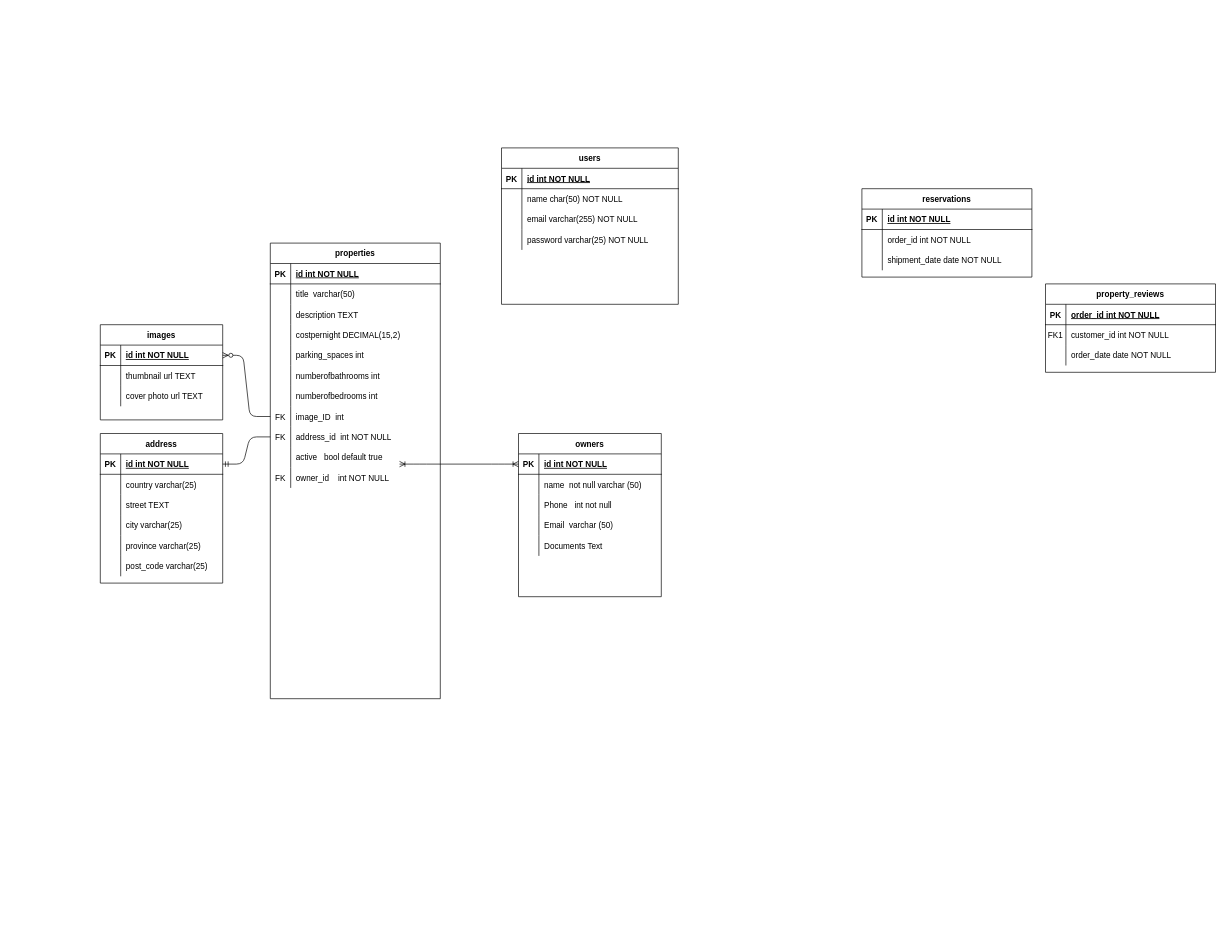
Before: Untitled Diagram.drawio in karanOO89/BootcampX, a draw.io diagram. Source tidied: cells renumbered, new cells numbered last; positions are measured from the earlier drawing's top-left corner, leaving out a move shared by most shapes. Both pictures are drawn from the tidied source at 68%, with x=0, y=0 at pixel (100, 148).
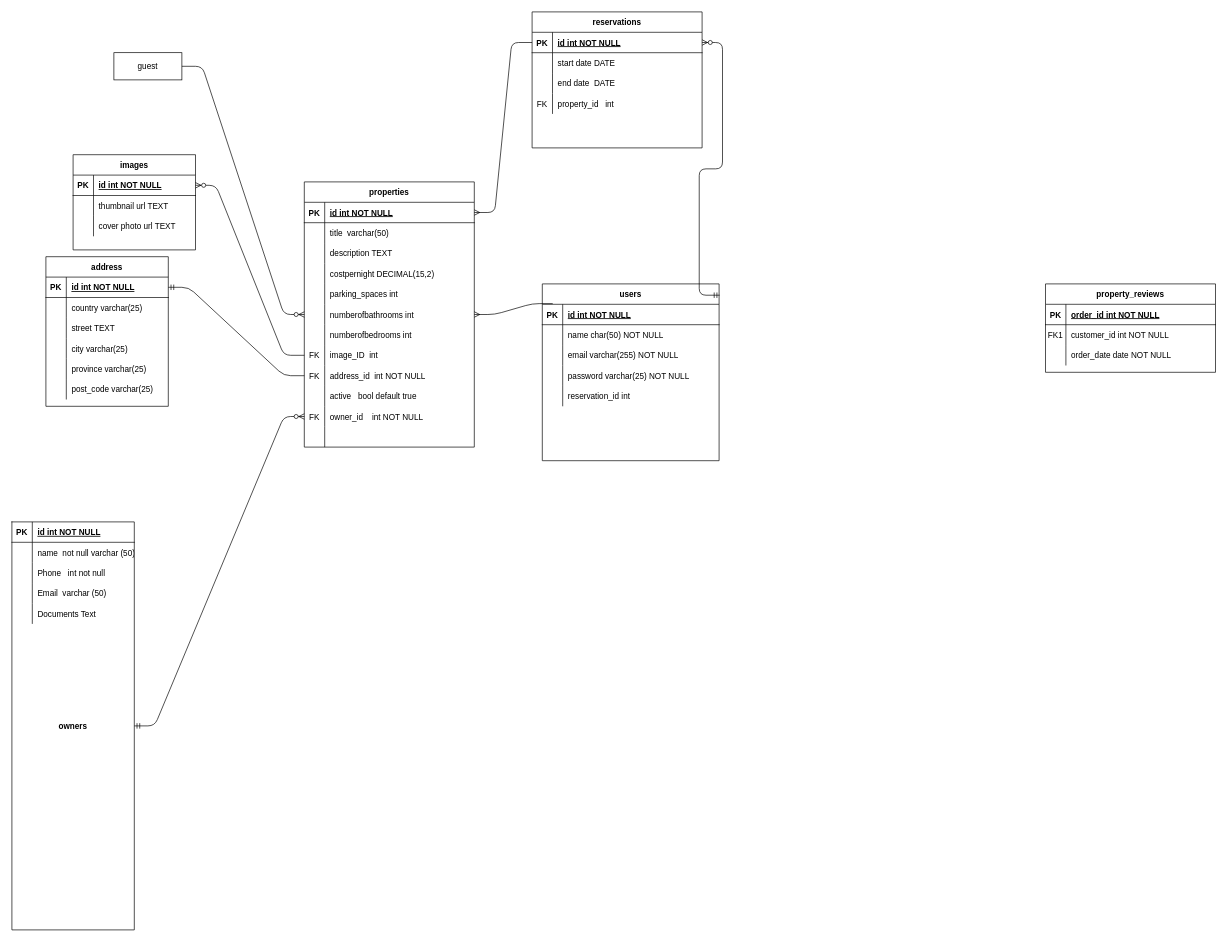
The same page after the edit.

The change refers to these unchanged cells:
```xml
<mxCell id="3" style="shape=partialRectangle;fillColor=none;points=[[0,0.5],[1,0.5]];portConstraint=eastwest;top=0;left=0;right=0;bottom=1;" parent="2" vertex="1">
  <mxGeometry y="30" width="250" height="30" as="geometry" />
</mxCell>
<mxCell id="33" style="shape=partialRectangle;fillColor=none;points=[[0,0.5],[1,0.5]];portConstraint=eastwest;top=0;left=0;right=0;bottom=0;" parent="2" vertex="1">
  <mxGeometry y="330" width="250" height="30" as="geometry" />
</mxCell>
<mxCell id="37" style="shape=partialRectangle;fillColor=none;points=[[0,0.5],[1,0.5]];portConstraint=eastwest;top=0;left=0;right=0;bottom=1;" parent="36" vertex="1">
  <mxGeometry y="30" width="250" height="30" as="geometry" />
</mxCell>
<mxCell id="40" style="shape=partialRectangle;fillColor=none;top=0;left=0;right=0;bottom=0;" parent="36" vertex="1">
  <mxGeometry y="60" width="250" height="30" as="geometry" />
</mxCell>
<mxCell id="43" style="shape=partialRectangle;fillColor=none;top=0;left=0;right=0;bottom=0;" parent="36" vertex="1">
  <mxGeometry y="90" width="250" height="30" as="geometry" />
</mxCell>
<mxCell id="47" style="shape=partialRectangle;fillColor=none;points=[[0,0.5],[1,0.5]];portConstraint=eastwest;top=0;left=0;right=0;bottom=1;" parent="46" vertex="1">
  <mxGeometry y="30" width="260" height="30" as="geometry" />
</mxCell>
```

The edit, as a diff of the source:
```diff
@@
     <mxCell id="2" value="properties" style="shape=table;startSize=30;childLayout=tableLayout;rowLines=0;fontStyle=1;align=center;" parent="1" vertex="1">
-      <mxGeometry x="250" y="140" width="250" height="670" as="geometry" />
+      <mxGeometry x="300" y="50" width="250" height="390" as="geometry" />
     </mxCell>
@@
+    <mxCell id="117" style="shape=partialRectangle;fillColor=none;top=0;left=0;right=0;bottom=0;" parent="2" vertex="1">
+      <mxGeometry y="360" width="250" height="30" as="geometry" />
+    </mxCell>
+    <mxCell id="118" style="shape=partialRectangle;overflow=hidden;fillColor=none;top=0;left=0;bottom=0;right=0;" parent="117" vertex="1">
+      <mxGeometry width="30" height="30" as="geometry" />
+    </mxCell>
+    <mxCell id="119" style="shape=partialRectangle;overflow=hidden;fillColor=none;top=0;left=0;bottom=0;right=0;align=left;spacingLeft=6;" parent="117" vertex="1">
+      <mxGeometry x="30" width="220" height="30" as="geometry" />
+    </mxCell>
     <mxCell id="36" value="reservations" style="shape=table;startSize=30;childLayout=tableLayout;rowLines=0;fontStyle=1;align=center;" parent="1" vertex="1">
-      <mxGeometry x="1120" y="60" width="250" height="130" as="geometry" />
+      <mxGeometry x="635" y="-200" width="250" height="200" as="geometry" />
     </mxCell>
@@
-    <mxCell id="42" value="order_id int NOT NULL" style="shape=partialRectangle;overflow=hidden;fillColor=none;top=0;left=0;bottom=0;right=0;align=left;spacingLeft=6;" parent="40" vertex="1">
+    <mxCell id="42" value="start date DATE" style="shape=partialRectangle;overflow=hidden;fillColor=none;top=0;left=0;bottom=0;right=0;align=left;spacingLeft=6;" parent="40" vertex="1">
       <mxGeometry x="30" width="220" height="30" as="geometry" />
     </mxCell>
@@
-    <mxCell id="44" style="shape=partialRectangle;overflow=hidden;fillColor=none;top=0;left=0;bottom=0;right=0;" parent="43" vertex="1">
-      <mxGeometry width="30" height="30" as="geometry" />
-    </mxCell>
-    <mxCell id="45" value="shipment_date date NOT NULL" style="shape=partialRectangle;overflow=hidden;fillColor=none;top=0;left=0;bottom=0;right=0;align=left;spacingLeft=6;" parent="43" vertex="1">
-      <mxGeometry x="30" width="220" height="30" as="geometry" />
-    </mxCell>
+    <mxCell id="120" style="shape=partialRectangle;overflow=hidden;fillColor=none;top=0;left=0;bottom=0;right=0;" parent="43" vertex="1">
+      <mxGeometry width="30" height="30" as="geometry" />
+    </mxCell>
+    <mxCell id="121" value="end date  DATE" style="shape=partialRectangle;overflow=hidden;fillColor=none;top=0;left=0;bottom=0;right=0;align=left;spacingLeft=6;" parent="43" vertex="1">
+      <mxGeometry x="30" width="220" height="30" as="geometry" />
+    </mxCell>
+    <mxCell id="122" style="shape=partialRectangle;fillColor=none;top=0;left=0;right=0;bottom=0;" parent="36" vertex="1">
+      <mxGeometry y="120" width="250" height="30" as="geometry" />
+    </mxCell>
+    <mxCell id="123" value="FK" style="shape=partialRectangle;overflow=hidden;fillColor=none;top=0;left=0;bottom=0;right=0;" parent="122" vertex="1">
+      <mxGeometry width="30" height="30" as="geometry" />
+    </mxCell>
+    <mxCell id="124" value="property_id   int" style="shape=partialRectangle;overflow=hidden;fillColor=none;top=0;left=0;bottom=0;right=0;align=left;spacingLeft=6;" parent="122" vertex="1">
+      <mxGeometry x="30" width="220" height="30" as="geometry" />
+    </mxCell>
     <mxCell id="46" value="users" style="shape=table;startSize=30;childLayout=tableLayout;rowLines=0;fontStyle=1;align=center;" parent="1" vertex="1">
-      <mxGeometry x="590" width="260" height="230" as="geometry" />
+      <mxGeometry x="650" y="200" width="260" height="260" as="geometry" />
     </mxCell>
@@
+    <mxCell id="125" style="shape=partialRectangle;fillColor=none;top=0;left=0;right=0;bottom=0;" parent="46" vertex="1">
+      <mxGeometry y="150" width="260" height="30" as="geometry" />
+    </mxCell>
+    <mxCell id="126" style="shape=partialRectangle;overflow=hidden;fillColor=none;top=0;left=0;bottom=0;right=0;" parent="125" vertex="1">
+      <mxGeometry width="30" height="30" as="geometry" />
+    </mxCell>
+    <mxCell id="127" value="reservation_id int" style="shape=partialRectangle;overflow=hidden;fillColor=none;top=0;left=0;bottom=0;right=0;align=left;spacingLeft=6;" parent="125" vertex="1">
+      <mxGeometry x="30" width="230" height="30" as="geometry" />
+    </mxCell>
@@
     <mxCell id="69" value="images" style="shape=table;startSize=30;childLayout=tableLayout;rowLines=0;fontStyle=1;align=center;" parent="1" vertex="1">
-      <mxGeometry y="260" width="180" height="140" as="geometry" />
+      <mxGeometry x="-40" y="10" width="180" height="140" as="geometry" />
     </mxCell>
@@
     <mxCell id="81" value="address" style="shape=table;startSize=30;childLayout=tableLayout;rowLines=0;fontStyle=1;align=center;fillColor=none;" parent="1" vertex="1">
-      <mxGeometry y="420" width="180" height="220" as="geometry" />
+      <mxGeometry x="-80" y="160" width="180" height="220" as="geometry" />
     </mxCell>
@@
-    <mxCell id="100" value="owners" style="shape=table;startSize=30;childLayout=tableLayout;rowLines=0;fontStyle=1;align=center;fillColor=none;" parent="1" vertex="1">
-      <mxGeometry x="615" y="420" width="210" height="240" as="geometry" />
+    <mxCell id="100" value="owners" style="shape=table;startSize=0;childLayout=tableLayout;rowLines=0;fontStyle=1;align=center;fillColor=none;" parent="1" vertex="1">
+      <mxGeometry x="-130" y="550" width="180" height="600" as="geometry" />
     </mxCell>
     <mxCell id="101" style="shape=partialRectangle;fillColor=none;top=0;left=0;bottom=1;right=0;points=[[0,0.5],[1,0.5]];portConstraint=eastwest;" parent="100" vertex="1">
-      <mxGeometry y="30" width="210" height="30" as="geometry" />
+      <mxGeometry width="180" height="30" as="geometry" />
     </mxCell>
@@
     <mxCell id="103" value="id int NOT NULL" style="shape=partialRectangle;fillColor=none;top=0;left=0;bottom=0;right=0;align=left;spacingLeft=6;fontStyle=5;overflow=hidden;" parent="101" vertex="1">
-      <mxGeometry x="30" width="180" height="30" as="geometry" />
+      <mxGeometry x="30" width="150" height="30" as="geometry" />
     </mxCell>
     <mxCell id="104" style="shape=partialRectangle;fillColor=none;top=0;left=0;bottom=0;right=0;" parent="100" vertex="1">
-      <mxGeometry y="60" width="210" height="30" as="geometry" />
+      <mxGeometry y="30" width="180" height="30" as="geometry" />
     </mxCell>
@@
     <mxCell id="106" value="name  not null varchar (50)" style="shape=partialRectangle;fillColor=none;top=0;left=0;bottom=0;right=0;align=left;spacingLeft=6;overflow=hidden;" parent="104" vertex="1">
-      <mxGeometry x="30" width="180" height="30" as="geometry" />
+      <mxGeometry x="30" width="150" height="30" as="geometry" />
     </mxCell>
     <mxCell id="107" style="shape=partialRectangle;fillColor=none;top=0;left=0;bottom=0;right=0;" parent="100" vertex="1">
-      <mxGeometry y="90" width="210" height="30" as="geometry" />
+      <mxGeometry y="60" width="180" height="30" as="geometry" />
     </mxCell>
@@
     <mxCell id="109" value="Phone   int not null" style="shape=partialRectangle;fillColor=none;top=0;left=0;bottom=0;right=0;align=left;spacingLeft=6;overflow=hidden;" parent="107" vertex="1">
-      <mxGeometry x="30" width="180" height="30" as="geometry" />
+      <mxGeometry x="30" width="150" height="30" as="geometry" />
     </mxCell>
     <mxCell id="110" style="shape=partialRectangle;fillColor=none;top=0;left=0;bottom=0;right=0;" parent="100" vertex="1">
-      <mxGeometry y="120" width="210" height="30" as="geometry" />
+      <mxGeometry y="90" width="180" height="30" as="geometry" />
     </mxCell>
@@
     <mxCell id="112" value="Email  varchar (50)" style="shape=partialRectangle;fillColor=none;top=0;left=0;bottom=0;right=0;align=left;spacingLeft=6;overflow=hidden;" parent="110" vertex="1">
-      <mxGeometry x="30" width="180" height="30" as="geometry" />
+      <mxGeometry x="30" width="150" height="30" as="geometry" />
     </mxCell>
     <mxCell id="113" style="shape=partialRectangle;fillColor=none;top=0;left=0;bottom=0;right=0;" parent="100" vertex="1">
-      <mxGeometry y="150" width="210" height="30" as="geometry" />
+      <mxGeometry y="120" width="180" height="30" as="geometry" />
     </mxCell>
@@
     <mxCell id="115" value="Documents Text" style="shape=partialRectangle;fillColor=none;top=0;left=0;bottom=0;right=0;align=left;spacingLeft=6;overflow=hidden;" parent="113" vertex="1">
-      <mxGeometry x="30" width="180" height="30" as="geometry" />
+      <mxGeometry x="30" width="150" height="30" as="geometry" />
     </mxCell>
-    <mxCell id="116" style="edgeStyle=entityRelationEdgeStyle;fontSize=12;html=1;endArrow=ERoneToMany;startArrow=ERoneToMany;exitX=1;exitY=0.5;exitDx=0;exitDy=0;entryX=0;entryY=0.5;entryDx=0;entryDy=0;" parent="1" edge="1" target="101">
-      <mxGeometry relative="1" as="geometry">
-        <mxPoint x="440" y="465" as="sourcePoint" />
-      </mxGeometry>
-    </mxCell>
+    <mxCell id="128" value="guest" style="whiteSpace=wrap;html=1;align=center;fillColor=none;" parent="1" vertex="1">
+      <mxGeometry x="20" y="-140" width="100" height="40" as="geometry" />
+    </mxCell>
+    <mxCell id="129" style="edgeStyle=entityRelationEdgeStyle;fontSize=12;html=1;endArrow=ERzeroToMany;endFill=1;" parent="1" edge="1" source="128" target="2">
+      <mxGeometry relative="1" as="geometry" />
+    </mxCell>
+    <mxCell id="130" style="edgeStyle=entityRelationEdgeStyle;fontSize=12;html=1;endArrow=ERmany;exitX=0.059;exitY=-0.033;exitDx=0;exitDy=0;exitPerimeter=0;" parent="1" edge="1" source="47" target="2">
+      <mxGeometry relative="1" as="geometry" />
+    </mxCell>
+    <mxCell id="131" style="edgeStyle=entityRelationEdgeStyle;fontSize=12;html=1;endArrow=ERmany;" parent="1" edge="1" source="37" target="3">
+      <mxGeometry relative="1" as="geometry" />
+    </mxCell>
+    <mxCell id="132" style="edgeStyle=entityRelationEdgeStyle;fontSize=12;html=1;endArrow=ERzeroToMany;startArrow=ERmandOne;exitX=1.003;exitY=0.064;exitDx=0;exitDy=0;exitPerimeter=0;entryX=1;entryY=0.5;entryDx=0;entryDy=0;" parent="1" edge="1" source="46" target="37">
+      <mxGeometry relative="1" as="geometry" />
+    </mxCell>
+    <mxCell id="133" style="edgeStyle=entityRelationEdgeStyle;fontSize=12;html=1;endArrow=ERzeroToMany;startArrow=ERmandOne;" parent="1" edge="1" source="100" target="33">
+      <mxGeometry relative="1" as="geometry" />
+    </mxCell>
```
